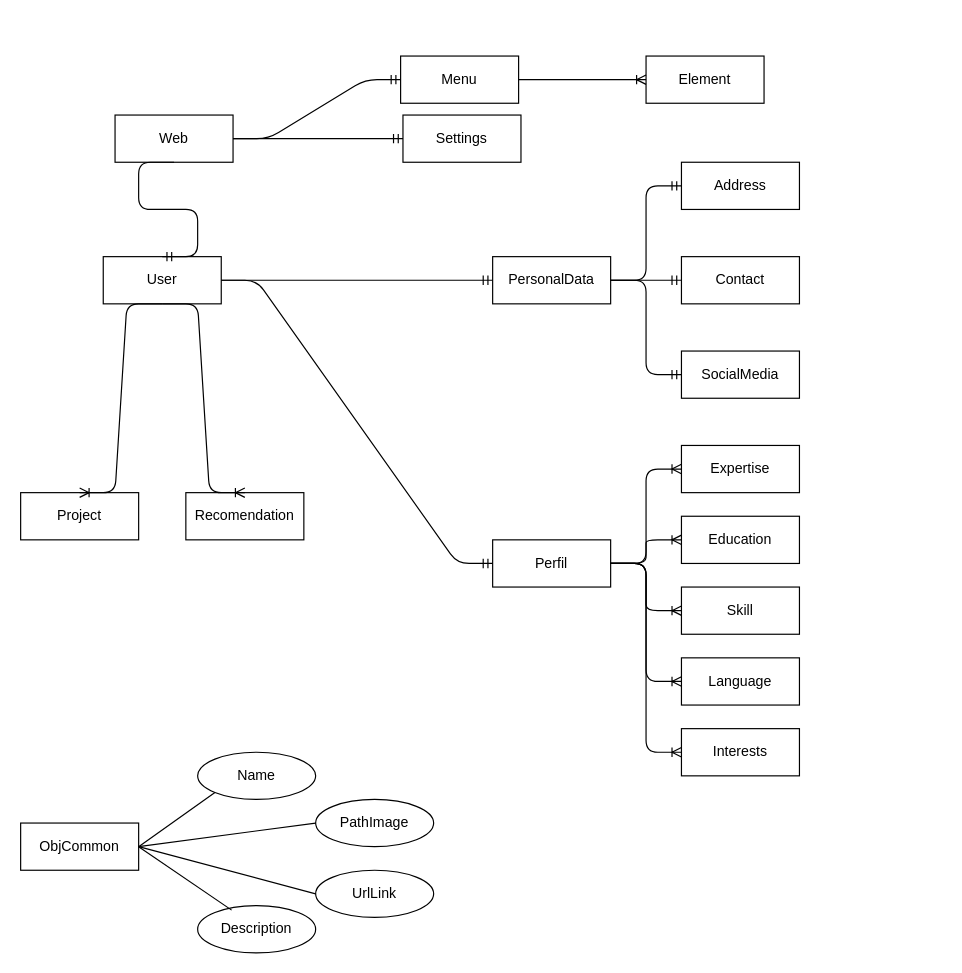
Earlier version of the draw.io diagram page "Model DB" (1 of 6) of src/design/database_model.drawio (JacintoRR396/sdjr2---web-sd_portfolio--ang). Source tidied: cells renumbered, new cells numbered last; positions are measured from the earlier drawing's top-left corner, leaving out a move shared by most shapes. Both pictures are drawn from the tidied source at 118%, with x=0, y=0 at pixel (20, 55).
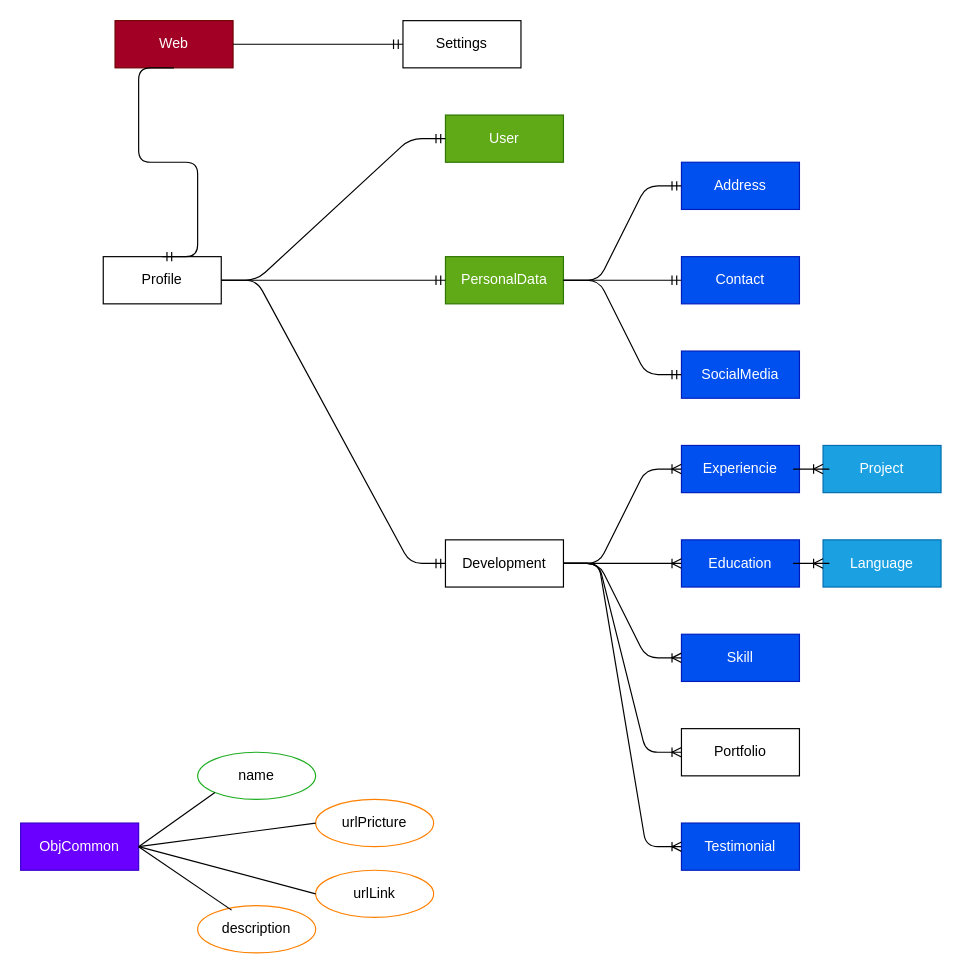
After the change.

Diff of the diagram source:
```diff
@@
-    <mxCell id="2" value="Web" style="whiteSpace=wrap;html=1;align=center;" parent="1" vertex="1">
-      <mxGeometry x="80" y="50" width="100" height="40" as="geometry" />
+    <mxCell id="2" value="Web" style="whiteSpace=wrap;html=1;align=center;fillColor=#a20025;fontColor=#ffffff;strokeColor=#6F0000;" parent="1" vertex="1">
+      <mxGeometry x="80" y="-30" width="100" height="40" as="geometry" />
     </mxCell>
     <mxCell id="3" value="Settings" style="whiteSpace=wrap;html=1;align=center;" parent="1" vertex="1">
-      <mxGeometry x="324" y="50" width="100" height="40" as="geometry" />
+      <mxGeometry x="324" y="-30" width="100" height="40" as="geometry" />
     </mxCell>
@@
-    <mxCell id="5" value="User" style="whiteSpace=wrap;html=1;align=center;" parent="1" vertex="1">
+    <mxCell id="5" value="Profile" style="whiteSpace=wrap;html=1;align=center;" parent="1" vertex="1">
       <mxGeometry x="70" y="170" width="100" height="40" as="geometry" />
     </mxCell>
@@
-    <mxCell id="7" value="Expertise" style="whiteSpace=wrap;html=1;align=center;" parent="1" vertex="1">
+    <mxCell id="7" value="Experiencie" style="whiteSpace=wrap;html=1;align=center;fillColor=#0050ef;fontColor=#ffffff;strokeColor=#001DBC;" parent="1" vertex="1">
       <mxGeometry x="560" y="330" width="100" height="40" as="geometry" />
     </mxCell>
-    <mxCell id="8" value="Education" style="whiteSpace=wrap;html=1;align=center;" parent="1" vertex="1">
-      <mxGeometry x="560" y="390" width="100" height="40" as="geometry" />
+    <mxCell id="8" value="Education" style="whiteSpace=wrap;html=1;align=center;fillColor=#0050ef;fontColor=#ffffff;strokeColor=#001DBC;" parent="1" vertex="1">
+      <mxGeometry x="560" y="410" width="100" height="40" as="geometry" />
     </mxCell>
-    <mxCell id="9" value="Skill" style="whiteSpace=wrap;html=1;align=center;" parent="1" vertex="1">
-      <mxGeometry x="560" y="450" width="100" height="40" as="geometry" />
+    <mxCell id="9" value="Skill" style="whiteSpace=wrap;html=1;align=center;fillColor=#0050ef;fontColor=#ffffff;strokeColor=#001DBC;" parent="1" vertex="1">
+      <mxGeometry x="560" y="490" width="100" height="40" as="geometry" />
     </mxCell>
-    <mxCell id="10" value="Language" style="whiteSpace=wrap;html=1;align=center;" parent="1" vertex="1">
-      <mxGeometry x="560" y="510" width="100" height="40" as="geometry" />
+    <mxCell id="10" value="Language" style="whiteSpace=wrap;html=1;align=center;fillColor=#1ba1e2;fontColor=#ffffff;strokeColor=#006EAF;" parent="1" vertex="1">
+      <mxGeometry x="680" y="410" width="100" height="40" as="geometry" />
     </mxCell>
-    <mxCell id="11" value="Interests" style="whiteSpace=wrap;html=1;align=center;" parent="1" vertex="1">
-      <mxGeometry x="560" y="570" width="100" height="40" as="geometry" />
-    </mxCell>
-    <mxCell id="12" value="Project" style="whiteSpace=wrap;html=1;align=center;" parent="1" vertex="1">
-      <mxGeometry y="370" width="100" height="40" as="geometry" />
+    <mxCell id="12" value="Project" style="whiteSpace=wrap;html=1;align=center;fillColor=#1ba1e2;fontColor=#ffffff;strokeColor=#006EAF;" parent="1" vertex="1">
+      <mxGeometry x="680" y="330" width="100" height="40" as="geometry" />
     </mxCell>
-    <mxCell id="13" value="Recomendation" style="whiteSpace=wrap;html=1;align=center;" parent="1" vertex="1">
-      <mxGeometry x="140" y="370" width="100" height="40" as="geometry" />
+    <mxCell id="13" value="Portfolio" style="whiteSpace=wrap;html=1;align=center;" parent="1" vertex="1">
+      <mxGeometry x="560" y="570" width="100" height="40" as="geometry" />
     </mxCell>
-    <mxCell id="14" value="Address" style="whiteSpace=wrap;html=1;align=center;" parent="1" vertex="1">
+    <mxCell id="14" value="Address" style="whiteSpace=wrap;html=1;align=center;fillColor=#0050ef;fontColor=#ffffff;strokeColor=#001DBC;" parent="1" vertex="1">
       <mxGeometry x="560" y="90" width="100" height="40" as="geometry" />
     </mxCell>
-    <mxCell id="15" value="Contact" style="whiteSpace=wrap;html=1;align=center;" parent="1" vertex="1">
+    <mxCell id="15" value="Contact" style="whiteSpace=wrap;html=1;align=center;fillColor=#0050ef;fontColor=#ffffff;strokeColor=#001DBC;" parent="1" vertex="1">
       <mxGeometry x="560" y="170" width="100" height="40" as="geometry" />
     </mxCell>
-    <mxCell id="16" value="SocialMedia" style="whiteSpace=wrap;html=1;align=center;" parent="1" vertex="1">
+    <mxCell id="16" value="SocialMedia" style="whiteSpace=wrap;html=1;align=center;fillColor=#0050ef;fontColor=#ffffff;strokeColor=#001DBC;" parent="1" vertex="1">
       <mxGeometry x="560" y="250" width="100" height="40" as="geometry" />
     </mxCell>
-    <mxCell id="17" value="PersonalData" style="whiteSpace=wrap;html=1;align=center;" parent="1" vertex="1">
-      <mxGeometry x="400" y="170" width="100" height="40" as="geometry" />
+    <mxCell id="17" value="PersonalData" style="whiteSpace=wrap;html=1;align=center;fillColor=#60a917;fontColor=#ffffff;strokeColor=#2D7600;" parent="1" vertex="1">
+      <mxGeometry x="360" y="170" width="100" height="40" as="geometry" />
     </mxCell>
@@
-    <mxCell id="22" value="Perfil" style="whiteSpace=wrap;html=1;align=center;" parent="1" vertex="1">
-      <mxGeometry x="400" y="410" width="100" height="40" as="geometry" />
+    <mxCell id="22" value="Development" style="whiteSpace=wrap;html=1;align=center;" parent="1" vertex="1">
+      <mxGeometry x="360" y="410" width="100" height="40" as="geometry" />
     </mxCell>
@@
-    <mxCell id="26" style="edgeStyle=entityRelationEdgeStyle;fontSize=12;html=1;endArrow=ERoneToMany;" parent="1" edge="1" target="9">
-      <mxGeometry relative="1" as="geometry">
-        <mxPoint x="500" y="430" as="sourcePoint" />
-      </mxGeometry>
+    <mxCell id="26" style="edgeStyle=entityRelationEdgeStyle;fontSize=12;html=1;endArrow=ERoneToMany;exitX=1;exitY=0.5;exitDx=0;exitDy=0;" parent="1" edge="1" source="22" target="9">
+      <mxGeometry relative="1" as="geometry" />
     </mxCell>
-    <mxCell id="27" style="edgeStyle=entityRelationEdgeStyle;fontSize=12;html=1;endArrow=ERoneToMany;entryX=0;entryY=0.5;entryDx=0;entryDy=0;exitX=1;exitY=0.5;exitDx=0;exitDy=0;" parent="1" edge="1" source="22" target="10">
+    <mxCell id="27" style="edgeStyle=entityRelationEdgeStyle;fontSize=12;html=1;endArrow=ERoneToMany;entryX=0;entryY=0.5;entryDx=0;entryDy=0;exitX=1;exitY=0.5;exitDx=0;exitDy=0;" parent="1" edge="1" source="8" target="10">
       <mxGeometry relative="1" as="geometry" />
     </mxCell>
-    <mxCell id="28" style="edgeStyle=entityRelationEdgeStyle;fontSize=12;html=1;endArrow=ERoneToMany;entryX=0;entryY=0.5;entryDx=0;entryDy=0;exitX=1;exitY=0.5;exitDx=0;exitDy=0;" parent="1" edge="1" source="22" target="11">
-      <mxGeometry relative="1" as="geometry" />
-    </mxCell>
-    <mxCell id="29" style="edgeStyle=entityRelationEdgeStyle;fontSize=12;html=1;endArrow=ERoneToMany;entryX=0.5;entryY=0;entryDx=0;entryDy=0;exitX=0.5;exitY=1;exitDx=0;exitDy=0;" parent="1" edge="1" source="5" target="13">
-      <mxGeometry relative="1" as="geometry" />
-    </mxCell>
-    <mxCell id="30" style="edgeStyle=entityRelationEdgeStyle;fontSize=12;html=1;endArrow=ERoneToMany;entryX=0.5;entryY=0;entryDx=0;entryDy=0;exitX=0.5;exitY=1;exitDx=0;exitDy=0;" parent="1" edge="1" source="5" target="12">
-      <mxGeometry relative="1" as="geometry" />
-    </mxCell>
-    <mxCell id="31" value="ObjCommon" style="whiteSpace=wrap;html=1;align=center;" parent="1" vertex="1">
+    <mxCell id="31" value="ObjCommon" style="whiteSpace=wrap;html=1;align=center;fillColor=#6a00ff;fontColor=#ffffff;strokeColor=#3700CC;" parent="1" vertex="1">
       <mxGeometry y="650" width="100" height="40" as="geometry" />
     </mxCell>
-    <mxCell id="32" value="Name" style="ellipse;whiteSpace=wrap;html=1;align=center;" parent="1" vertex="1">
+    <mxCell id="32" value="name" style="ellipse;whiteSpace=wrap;html=1;align=center;strokeColor=#1FAD21;" parent="1" vertex="1">
       <mxGeometry x="150" y="590" width="100" height="40" as="geometry" />
     </mxCell>
@@
-    <mxCell id="34" value="PathImage" style="ellipse;whiteSpace=wrap;html=1;align=center;" parent="1" vertex="1">
+    <mxCell id="34" value="urlPricture" style="ellipse;whiteSpace=wrap;html=1;align=center;strokeColor=#FF8000;" parent="1" vertex="1">
       <mxGeometry x="250" y="630" width="100" height="40" as="geometry" />
     </mxCell>
@@
-    <mxCell id="36" value="UrlLink" style="ellipse;whiteSpace=wrap;html=1;align=center;" parent="1" vertex="1">
+    <mxCell id="36" value="urlLink" style="ellipse;whiteSpace=wrap;html=1;align=center;strokeColor=#FF8000;" parent="1" vertex="1">
       <mxGeometry x="250" y="690" width="100" height="40" as="geometry" />
     </mxCell>
@@
-    <mxCell id="38" value="Description" style="ellipse;whiteSpace=wrap;html=1;align=center;" parent="1" vertex="1">
+    <mxCell id="38" value="description" style="ellipse;whiteSpace=wrap;html=1;align=center;strokeColor=#FF8000;" parent="1" vertex="1">
       <mxGeometry x="150" y="720" width="100" height="40" as="geometry" />
     </mxCell>
@@
-    <mxCell id="40" value="Menu" style="whiteSpace=wrap;html=1;align=center;" parent="1" vertex="1">
-      <mxGeometry x="322" width="100" height="40" as="geometry" />
-    </mxCell>
-    <mxCell id="41" style="edgeStyle=entityRelationEdgeStyle;fontSize=12;html=1;endArrow=ERmandOne;exitX=1;exitY=0.5;exitDx=0;exitDy=0;" parent="1" edge="1" source="2" target="40">
-      <mxGeometry relative="1" as="geometry" />
-    </mxCell>
-    <mxCell id="42" value="Element" style="whiteSpace=wrap;html=1;align=center;" parent="1" vertex="1">
-      <mxGeometry x="530" width="100" height="40" as="geometry" />
-    </mxCell>
-    <mxCell id="43" style="edgeStyle=entityRelationEdgeStyle;fontSize=12;html=1;endArrow=ERoneToMany;entryX=0;entryY=0.5;entryDx=0;entryDy=0;exitX=1;exitY=0.5;exitDx=0;exitDy=0;" parent="1" edge="1" source="40" target="42">
-      <mxGeometry relative="1" as="geometry" />
-    </mxCell>
+    <mxCell id="44" value="User" style="whiteSpace=wrap;html=1;align=center;fillColor=#60a917;fontColor=#ffffff;strokeColor=#2D7600;" parent="1" vertex="1">
+      <mxGeometry x="360" y="50" width="100" height="40" as="geometry" />
+    </mxCell>
+    <mxCell id="45" style="edgeStyle=entityRelationEdgeStyle;fontSize=12;html=1;endArrow=ERmandOne;exitX=1;exitY=0.5;exitDx=0;exitDy=0;entryX=0;entryY=0.5;entryDx=0;entryDy=0;" parent="1" edge="1" source="5" target="44">
+      <mxGeometry relative="1" as="geometry" />
+    </mxCell>
+    <mxCell id="46" style="edgeStyle=entityRelationEdgeStyle;fontSize=12;html=1;endArrow=ERoneToMany;entryX=0;entryY=0.5;entryDx=0;entryDy=0;exitX=1;exitY=0.5;exitDx=0;exitDy=0;" parent="1" edge="1" source="7" target="12">
+      <mxGeometry relative="1" as="geometry" />
+    </mxCell>
+    <mxCell id="47" style="edgeStyle=entityRelationEdgeStyle;fontSize=12;html=1;endArrow=ERoneToMany;exitX=1;exitY=0.5;exitDx=0;exitDy=0;entryX=0;entryY=0.5;entryDx=0;entryDy=0;" parent="1" edge="1" source="22" target="13">
+      <mxGeometry relative="1" as="geometry" />
+    </mxCell>
+    <mxCell id="48" value="Testimonial" style="whiteSpace=wrap;html=1;align=center;fillColor=#0050ef;fontColor=#ffffff;strokeColor=#001DBC;" parent="1" vertex="1">
+      <mxGeometry x="560" y="650" width="100" height="40" as="geometry" />
+    </mxCell>
+    <mxCell id="49" style="edgeStyle=entityRelationEdgeStyle;fontSize=12;html=1;endArrow=ERoneToMany;entryX=0;entryY=0.5;entryDx=0;entryDy=0;exitX=1;exitY=0.5;exitDx=0;exitDy=0;" parent="1" edge="1" source="22" target="48">
+      <mxGeometry relative="1" as="geometry" />
+    </mxCell>
```
